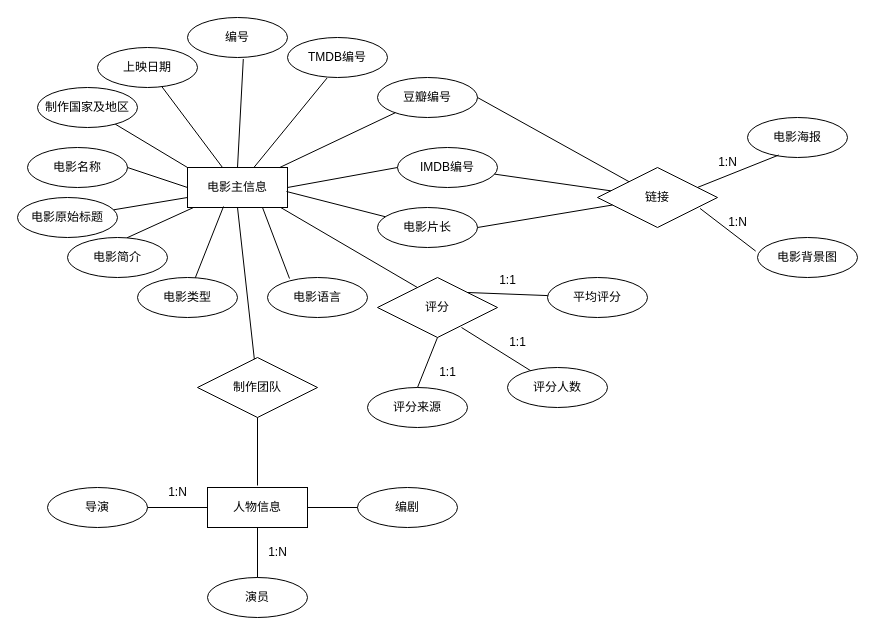
Above: data_design.drawio in nikiok/honglou-datasets (draw.io), before the change. Source tidied: cells renumbered, new cells numbered last; positions are measured from the earlier drawing's top-left corner, leaving out a move shared by most shapes. Both pictures are drawn from the tidied source at 100%, with x=0, y=0 at pixel (17, 17).
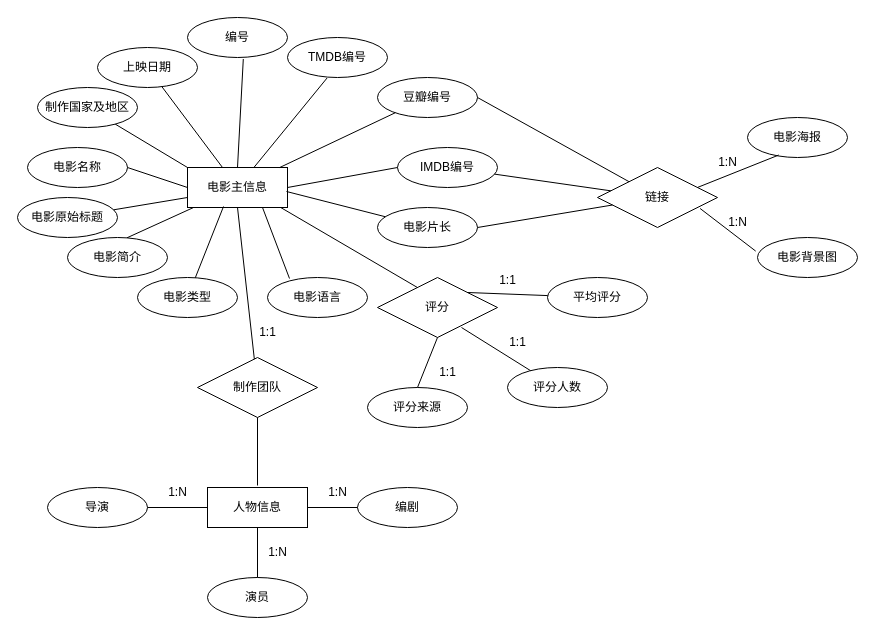
After the change.

The edit, as a diff of the source:
```diff
@@
+    <mxCell id="60" value="1:1" style="text;html=1;align=center;verticalAlign=middle;strokeColor=none;fillColor=none;" parent="1" vertex="1">
+      <mxGeometry x="230" y="300" width="40" height="30" as="geometry" />
+    </mxCell>
+    <mxCell id="61" value="1:N" style="text;html=1;align=center;verticalAlign=middle;strokeColor=none;fillColor=none;" parent="1" vertex="1">
+      <mxGeometry x="300" y="460" width="40" height="30" as="geometry" />
+    </mxCell>
```
